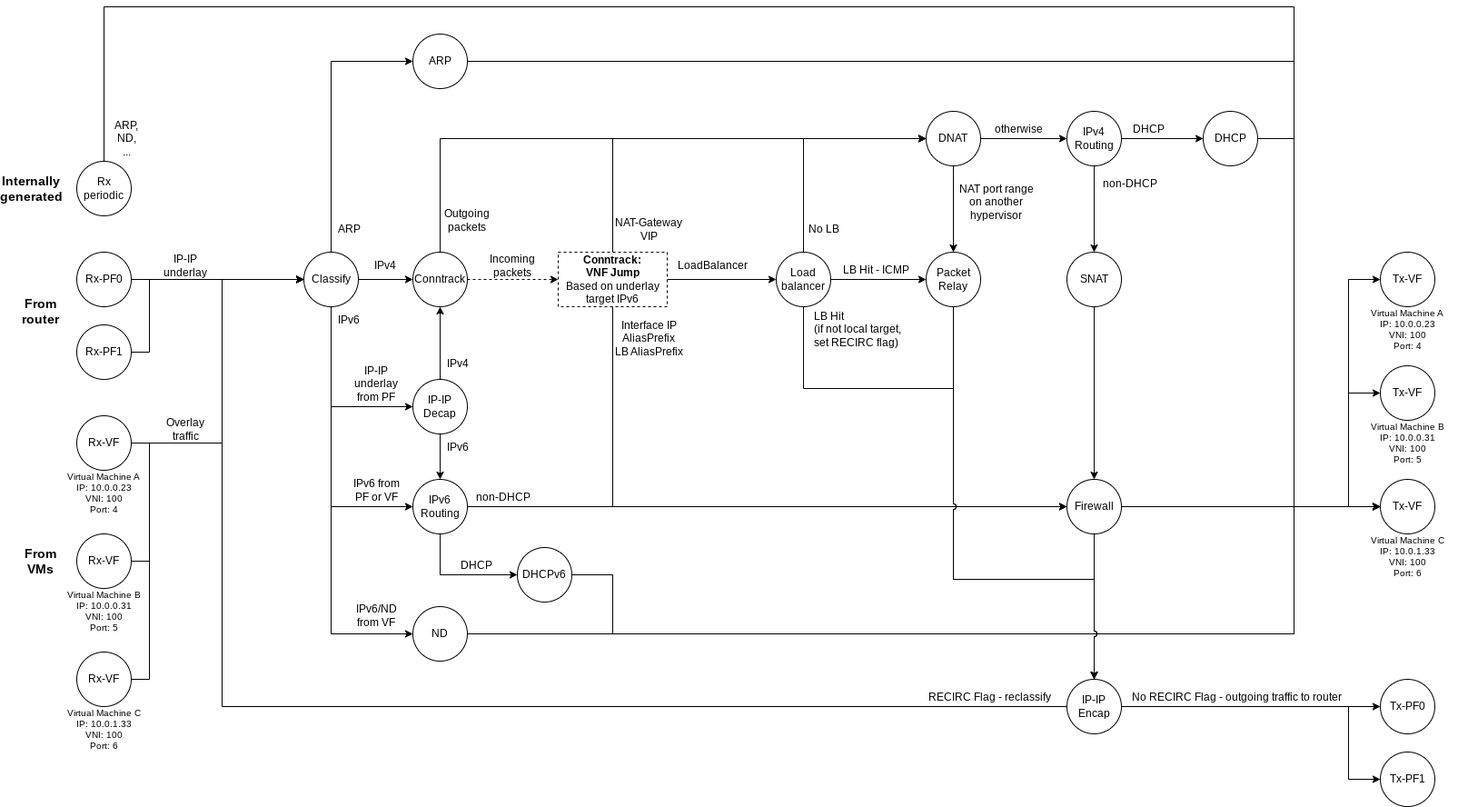
Before: docs/sys_design/dpservice_dataplane.drawio.png, a diagram exported from draw.io (ironcore-dev/dpservice). Source tidied: cells renumbered, new cells last; positions are measured from the earlier drawing's top-left corner, leaving out a move shared by most shapes.
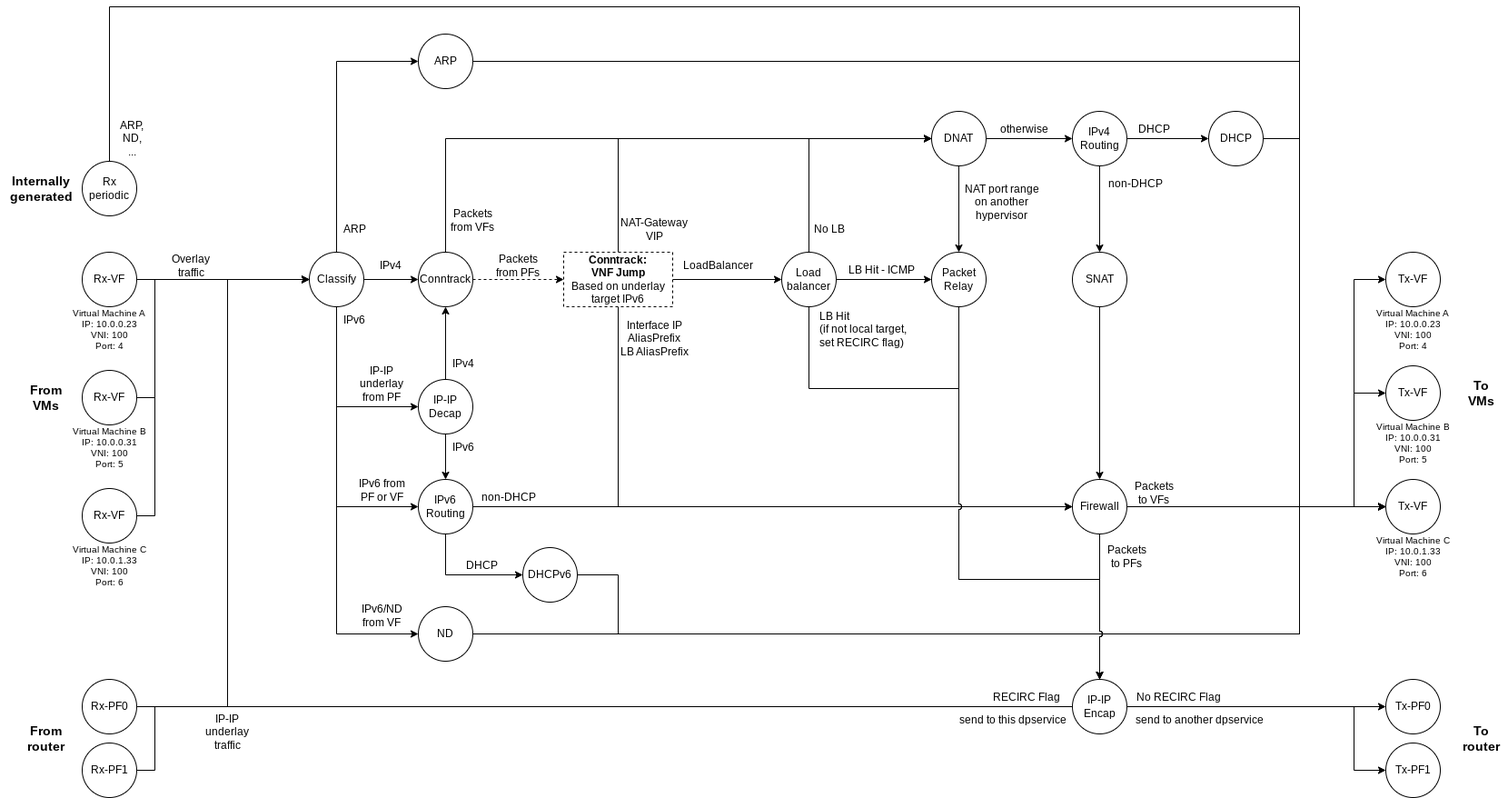
Above is the later version.

Commit message:
Updated dataplane schema after removing flow_type

Diff of the diagram source:
```diff
@@ -11,13 +11,15 @@
     <mxCell id="4" style="edgeStyle=orthogonalEdgeStyle;rounded=0;jettySize=auto;html=1;exitX=1;exitY=0.5;exitDx=0;exitDy=0;entryX=0;entryY=0.5;entryDx=0;entryDy=0;" parent="1" edge="1" source="5" target="20">
       <mxGeometry relative="1" as="geometry">
         <Array as="points">
-          <mxPoint x="160" y="380" />
-          <mxPoint x="160" y="300" />
+          <mxPoint x="160" y="840" />
+          <mxPoint x="160" y="770" />
+          <mxPoint x="240" y="770" />
+          <mxPoint x="240" y="300" />
         </Array>
       </mxGeometry>
     </mxCell>
     <mxCell id="5" value="Rx-PF1" style="ellipse;whiteSpace=wrap;html=1;" parent="1" vertex="1">
-      <mxGeometry x="80" y="350" width="60" height="60" as="geometry" />
+      <mxGeometry x="80" y="810" width="60" height="60" as="geometry" />
     </mxCell>
     <mxCell id="6" style="edgeStyle=orthogonalEdgeStyle;rounded=0;jettySize=auto;html=1;exitX=0.5;exitY=1;exitDx=0;exitDy=0;entryX=0.5;entryY=0;entryDx=0;entryDy=0;" parent="1" edge="1" source="96" target="50">
       <mxGeometry relative="1" as="geometry" />
@@ -80,32 +82,30 @@
     <mxCell id="24" style="edgeStyle=orthogonalEdgeStyle;rounded=0;jettySize=auto;html=1;exitX=1;exitY=0.5;exitDx=0;exitDy=0;entryX=0;entryY=0.5;entryDx=0;entryDy=0;" parent="1" edge="1" source="25" target="20">
       <mxGeometry relative="1" as="geometry">
         <Array as="points">
-          <mxPoint x="240" y="480" />
-          <mxPoint x="240" y="300" />
+          <mxPoint x="180" y="300" />
+          <mxPoint x="180" y="300" />
         </Array>
       </mxGeometry>
     </mxCell>
     <mxCell id="25" value="Rx-VF" style="ellipse;whiteSpace=wrap;html=1;" parent="1" vertex="1">
-      <mxGeometry x="80" y="450" width="60" height="60" as="geometry" />
+      <mxGeometry x="80" y="270" width="60" height="60" as="geometry" />
     </mxCell>
     <mxCell id="26" value="&lt;font style=&quot;font-size: 10px&quot;&gt;Virtual Machine A&lt;br&gt;IP: 10.0.0.23&lt;br&gt;VNI: 100&lt;br&gt;Port: 4&lt;br&gt;&lt;/font&gt;" style="text;html=1;strokeColor=none;fillColor=none;align=center;verticalAlign=middle;whiteSpace=wrap;rounded=0;fontSize=8;" parent="1" vertex="1">
-      <mxGeometry x="55" y="510" width="110" height="50" as="geometry" />
+      <mxGeometry x="55" y="330" width="110" height="50" as="geometry" />
     </mxCell>
     <mxCell id="27" style="edgeStyle=orthogonalEdgeStyle;rounded=0;jettySize=auto;html=1;entryX=0;entryY=0.5;entryDx=0;entryDy=0;exitX=1;exitY=0.5;exitDx=0;exitDy=0;" parent="1" edge="1" source="28" target="20">
       <mxGeometry relative="1" as="geometry">
         <Array as="points">
-          <mxPoint x="160" y="610" />
-          <mxPoint x="160" y="480" />
-          <mxPoint x="240" y="480" />
-          <mxPoint x="240" y="300" />
+          <mxPoint x="160" y="430" />
+          <mxPoint x="160" y="300" />
         </Array>
       </mxGeometry>
     </mxCell>
     <mxCell id="28" value="Rx-VF" style="ellipse;whiteSpace=wrap;html=1;" parent="1" vertex="1">
-      <mxGeometry x="80" y="580" width="60" height="60" as="geometry" />
+      <mxGeometry x="80" y="400" width="60" height="60" as="geometry" />
     </mxCell>
     <mxCell id="29" value="&lt;font style=&quot;font-size: 10px&quot;&gt;Virtual Machine B&lt;br&gt;IP: 10.0.0.31&lt;br&gt;VNI: 100&lt;br&gt;Port: 5&lt;br&gt;&lt;/font&gt;" style="text;html=1;strokeColor=none;fillColor=none;align=center;verticalAlign=middle;whiteSpace=wrap;rounded=0;fontSize=8;" parent="1" vertex="1">
-      <mxGeometry x="55" y="640" width="110" height="50" as="geometry" />
+      <mxGeometry x="55" y="460" width="110" height="50" as="geometry" />
     </mxCell>
     <mxCell id="30" value="&lt;font style=&quot;font-size: 10px&quot;&gt;Virtual Machine A&lt;br&gt;IP: 10.0.0.23&lt;br&gt;VNI: 100&lt;br&gt;Port: 4&lt;br&gt;&lt;/font&gt;" style="text;html=1;strokeColor=none;fillColor=none;align=center;verticalAlign=middle;whiteSpace=wrap;rounded=0;fontSize=8;" parent="1" vertex="1">
       <mxGeometry x="1490" y="330" width="110" height="50" as="geometry" />
@@ -119,18 +119,16 @@
     <mxCell id="33" style="edgeStyle=orthogonalEdgeStyle;rounded=0;jettySize=auto;html=1;fontSize=10;entryX=0;entryY=0.5;entryDx=0;entryDy=0;exitX=1;exitY=0.5;exitDx=0;exitDy=0;" parent="1" edge="1" source="34" target="20">
       <mxGeometry relative="1" as="geometry">
         <Array as="points">
-          <mxPoint x="160" y="740" />
-          <mxPoint x="160" y="480" />
-          <mxPoint x="240" y="480" />
-          <mxPoint x="240" y="300" />
+          <mxPoint x="160" y="560" />
+          <mxPoint x="160" y="300" />
         </Array>
       </mxGeometry>
     </mxCell>
     <mxCell id="34" value="Rx-VF" style="ellipse;whiteSpace=wrap;html=1;" parent="1" vertex="1">
-      <mxGeometry x="80" y="710" width="60" height="60" as="geometry" />
+      <mxGeometry x="80" y="530" width="60" height="60" as="geometry" />
     </mxCell>
     <mxCell id="35" value="&lt;font style=&quot;font-size: 10px&quot;&gt;Virtual Machine C&lt;br&gt;IP: 10.0.1.33&lt;br&gt;VNI: 100&lt;br&gt;Port: 6&lt;br&gt;&lt;/font&gt;" style="text;html=1;strokeColor=none;fillColor=none;align=center;verticalAlign=middle;whiteSpace=wrap;rounded=0;fontSize=8;" parent="1" vertex="1">
-      <mxGeometry x="55" y="770" width="110" height="50" as="geometry" />
+      <mxGeometry x="55" y="590" width="110" height="50" as="geometry" />
     </mxCell>
     <mxCell id="36" value="&lt;font style=&quot;font-size: 10px&quot;&gt;Virtual Machine C&lt;br&gt;IP: 10.0.1.33&lt;br&gt;VNI: 100&lt;br&gt;Port: 6&lt;br&gt;&lt;/font&gt;" style="text;html=1;strokeColor=none;fillColor=none;align=center;verticalAlign=middle;whiteSpace=wrap;rounded=0;fontSize=8;" parent="1" vertex="1">
       <mxGeometry x="1490" y="580" width="110" height="50" as="geometry" />
@@ -210,8 +208,8 @@
     <mxCell id="53" style="endArrow=classic;html=1;rounded=0;entryX=0;entryY=0.5;entryDx=0;entryDy=0;exitX=1;exitY=0.5;exitDx=0;exitDy=0;" parent="1" edge="1" source="12" target="43">
       <mxGeometry relative="1" as="geometry" />
     </mxCell>
-    <mxCell id="54" value="No RECIRC Flag - outgoing traffic to router" style="text;html=1;strokeColor=none;fillColor=none;align=center;verticalAlign=middle;whiteSpace=wrap;rounded=0;" parent="1" vertex="1">
-      <mxGeometry x="1230" y="745" width="255" height="30" as="geometry" />
+    <mxCell id="54" value="No RECIRC Flag" style="text;html=1;strokeColor=none;fillColor=none;align=center;verticalAlign=middle;whiteSpace=wrap;rounded=0;" parent="1" vertex="1">
+      <mxGeometry x="1235" y="745" width="105" height="30" as="geometry" />
     </mxCell>
     <mxCell id="55" style="edgeStyle=orthogonalEdgeStyle;rounded=0;jettySize=auto;html=1;exitX=1;exitY=0.5;exitDx=0;exitDy=0;entryX=0;entryY=0.5;entryDx=0;entryDy=0;" parent="1" edge="1" source="57" target="49">
       <mxGeometry relative="1" as="geometry" />
@@ -227,11 +225,16 @@
     <mxCell id="57" value="IP-IP&lt;br&gt;Encap" style="ellipse;whiteSpace=wrap;html=1;" parent="1" vertex="1">
       <mxGeometry x="1170" y="740" width="60" height="60" as="geometry" />
     </mxCell>
-    <mxCell id="58" style="edgeStyle=orthogonalEdgeStyle;rounded=0;jettySize=auto;html=1;entryX=0;entryY=0.5;entryDx=0;entryDy=0;" parent="1" edge="1" source="59" target="20">
-      <mxGeometry relative="1" as="geometry" />
+    <mxCell id="58" style="edgeStyle=orthogonalEdgeStyle;rounded=0;jettySize=auto;html=1;entryX=0;entryY=0.5;entryDx=0;entryDy=0;exitX=1;exitY=0.5;exitDx=0;exitDy=0;" parent="1" edge="1" source="59" target="20">
+      <mxGeometry relative="1" as="geometry">
+        <Array as="points">
+          <mxPoint x="240" y="770" />
+          <mxPoint x="240" y="300" />
+        </Array>
+      </mxGeometry>
     </mxCell>
     <mxCell id="59" value="Rx-PF0" style="ellipse;whiteSpace=wrap;html=1;" parent="1" vertex="1">
-      <mxGeometry x="80" y="270" width="60" height="60" as="geometry" />
+      <mxGeometry x="80" y="740" width="60" height="60" as="geometry" />
     </mxCell>
     <mxCell id="60" style="edgeStyle=orthogonalEdgeStyle;rounded=0;jettySize=auto;html=1;exitX=0.5;exitY=0;exitDx=0;exitDy=0;entryX=0;entryY=0.5;entryDx=0;entryDy=0;" parent="1" edge="1" source="61" target="51">
       <mxGeometry relative="1" as="geometry">
@@ -245,11 +248,11 @@
     <mxCell id="61" value="Rx&lt;br&gt;periodic" style="ellipse;whiteSpace=wrap;html=1;" parent="1" vertex="1">
       <mxGeometry x="80" y="170" width="60" height="60" as="geometry" />
     </mxCell>
-    <mxCell id="62" value="IP-IP&lt;br&gt;underlay" style="text;html=1;strokeColor=none;fillColor=none;align=center;verticalAlign=middle;whiteSpace=wrap;rounded=0;" parent="1" vertex="1">
-      <mxGeometry x="170" y="270" width="60" height="30" as="geometry" />
+    <mxCell id="62" value="IP-IP&lt;br&gt;underlay&lt;br&gt;traffic" style="text;html=1;strokeColor=none;fillColor=none;align=center;verticalAlign=middle;whiteSpace=wrap;rounded=0;" parent="1" vertex="1">
+      <mxGeometry x="210" y="775" width="60" height="45" as="geometry" />
     </mxCell>
     <mxCell id="63" value="Overlay traffic" style="text;html=1;strokeColor=none;fillColor=none;align=center;verticalAlign=middle;whiteSpace=wrap;rounded=0;" parent="1" vertex="1">
-      <mxGeometry x="170" y="450" width="60" height="30" as="geometry" />
+      <mxGeometry x="170" y="270" width="60" height="30" as="geometry" />
     </mxCell>
     <mxCell id="64" value="ARP" style="text;html=1;strokeColor=none;fillColor=none;align=center;verticalAlign=middle;whiteSpace=wrap;rounded=0;" parent="1" vertex="1">
       <mxGeometry x="350" y="230" width="60" height="30" as="geometry" />
@@ -309,7 +312,7 @@
     <mxCell id="80" value="DHCP" style="text;html=1;strokeColor=none;fillColor=none;align=center;verticalAlign=middle;whiteSpace=wrap;rounded=0;" parent="1" vertex="1">
       <mxGeometry x="490" y="600" width="60" height="30" as="geometry" />
     </mxCell>
-    <mxCell id="81" value="Outgoing packets" style="text;html=1;strokeColor=none;fillColor=none;align=center;verticalAlign=middle;whiteSpace=wrap;rounded=0;" parent="1" vertex="1">
+    <mxCell id="81" value="Packets&lt;br&gt;from VFs" style="text;html=1;strokeColor=none;fillColor=none;align=center;verticalAlign=middle;whiteSpace=wrap;rounded=0;" parent="1" vertex="1">
       <mxGeometry x="480" y="220" width="60" height="30" as="geometry" />
     </mxCell>
     <mxCell id="82" style="edgeStyle=orthogonalEdgeStyle;rounded=0;jettySize=auto;html=1;exitX=0.5;exitY=0;exitDx=0;exitDy=0;entryX=0;entryY=0.5;entryDx=0;entryDy=0;" parent="1" edge="1" source="84" target="96">
@@ -321,7 +324,7 @@
     <mxCell id="84" value="&lt;b&gt;Conntrack:&lt;br&gt;VNF Jump&lt;/b&gt;&lt;br&gt;Based on underlay target IPv6" style="rounded=0;whiteSpace=wrap;html=1;dashed=1;" parent="1" vertex="1">
       <mxGeometry x="610" y="270" width="120" height="60" as="geometry" />
     </mxCell>
-    <mxCell id="85" value="Incoming&lt;br&gt;packets" style="text;html=1;strokeColor=none;fillColor=none;align=center;verticalAlign=middle;whiteSpace=wrap;rounded=0;" parent="1" vertex="1">
+    <mxCell id="85" value="Packets&lt;br&gt;from PFs" style="text;html=1;strokeColor=none;fillColor=none;align=center;verticalAlign=middle;whiteSpace=wrap;rounded=0;" parent="1" vertex="1">
       <mxGeometry x="530" y="270" width="60" height="30" as="geometry" />
     </mxCell>
     <mxCell id="86" value="NAT-Gateway&lt;br&gt;VIP" style="text;html=1;strokeColor=none;fillColor=none;align=center;verticalAlign=middle;whiteSpace=wrap;rounded=0;" parent="1" vertex="1">
@@ -333,17 +336,17 @@
     <mxCell id="88" value="LoadBalancer" style="text;html=1;strokeColor=none;fillColor=none;align=center;verticalAlign=middle;whiteSpace=wrap;rounded=0;" parent="1" vertex="1">
       <mxGeometry x="740" y="270" width="80" height="30" as="geometry" />
     </mxCell>
-    <mxCell id="89" value="RECIRC Flag - reclassify" style="text;html=1;strokeColor=none;fillColor=none;align=center;verticalAlign=middle;whiteSpace=wrap;rounded=0;" parent="1" vertex="1">
-      <mxGeometry x="1000" y="745" width="170" height="30" as="geometry" />
+    <mxCell id="89" value="RECIRC Flag" style="text;html=1;strokeColor=none;fillColor=none;align=center;verticalAlign=middle;whiteSpace=wrap;rounded=0;" parent="1" vertex="1">
+      <mxGeometry x="1070" y="745" width="100" height="30" as="geometry" />
     </mxCell>
     <mxCell id="90" value="Tx-PF1" style="ellipse;whiteSpace=wrap;html=1;" parent="1" vertex="1">
-      <mxGeometry x="1515" y="820" width="60" height="60" as="geometry" />
+      <mxGeometry x="1515" y="810" width="60" height="60" as="geometry" />
     </mxCell>
     <mxCell id="91" style="endArrow=classic;html=1;rounded=0;entryX=0;entryY=0.5;entryDx=0;entryDy=0;" parent="1" edge="1" target="90">
       <mxGeometry relative="1" as="geometry">
         <mxPoint x="1480" y="770" as="sourcePoint" />
         <Array as="points">
-          <mxPoint x="1480" y="850" />
+          <mxPoint x="1480" y="840" />
         </Array>
       </mxGeometry>
     </mxCell>
@@ -411,13 +414,31 @@
       <mxGeometry x="105" y="130" width="60" height="30" as="geometry" />
     </mxCell>
     <mxCell id="104" value="Internally&lt;br style=&quot;font-size: 14px;&quot;&gt;generated" style="text;html=1;strokeColor=none;fillColor=none;align=center;verticalAlign=middle;whiteSpace=wrap;rounded=0;fontStyle=1;fontSize=14;" parent="1" vertex="1">
-      <mxGeometry y="185" width="60" height="30" as="geometry" />
+      <mxGeometry x="-10" y="185" width="90" height="30" as="geometry" />
     </mxCell>
     <mxCell id="105" value="From router" style="text;html=1;strokeColor=none;fillColor=none;align=center;verticalAlign=middle;whiteSpace=wrap;rounded=0;fontStyle=1;fontSize=14;" parent="1" vertex="1">
-      <mxGeometry x="10" y="320" width="60" height="30" as="geometry" />
+      <mxGeometry x="10" y="790" width="60" height="30" as="geometry" />
     </mxCell>
     <mxCell id="106" value="From&lt;br style=&quot;font-size: 14px;&quot;&gt;VMs" style="text;html=1;strokeColor=none;fillColor=none;align=center;verticalAlign=middle;whiteSpace=wrap;rounded=0;fontStyle=1;fontSize=14;" parent="1" vertex="1">
-      <mxGeometry x="10" y="595" width="60" height="30" as="geometry" />
+      <mxGeometry x="10" y="415" width="60" height="30" as="geometry" />
     </mxCell>
+    <mxCell id="107" value="Packets&lt;br&gt;to PFs" style="text;html=1;strokeColor=none;fillColor=none;align=center;verticalAlign=middle;whiteSpace=wrap;rounded=0;" parent="1" vertex="1">
+      <mxGeometry x="1200" y="590" width="60" height="30" as="geometry" />
+    </mxCell>
+    <mxCell id="108" value="Packets&lt;br&gt;to VFs" style="text;html=1;strokeColor=none;fillColor=none;align=center;verticalAlign=middle;whiteSpace=wrap;rounded=0;" parent="1" vertex="1">
+      <mxGeometry x="1230" y="520" width="60" height="30" as="geometry" />
+    </mxCell>
+    <mxCell id="109" value="To router" style="text;html=1;strokeColor=none;fillColor=none;align=center;verticalAlign=middle;whiteSpace=wrap;rounded=0;fontStyle=1;fontSize=14;" parent="1" vertex="1">
+      <mxGeometry x="1590" y="790" width="60" height="30" as="geometry" />
+    </mxCell>
+    <mxCell id="110" value="To&lt;br&gt;VMs" style="text;html=1;strokeColor=none;fillColor=none;align=center;verticalAlign=middle;whiteSpace=wrap;rounded=0;fontStyle=1;fontSize=14;" parent="1" vertex="1">
+      <mxGeometry x="1590" y="410" width="60" height="30" as="geometry" />
+    </mxCell>
+    <mxCell id="111" value="send to this dpservice" style="text;html=1;strokeColor=none;fillColor=none;align=center;verticalAlign=middle;whiteSpace=wrap;rounded=0;" parent="1" vertex="1">
+      <mxGeometry x="1040" y="770" width="130" height="30" as="geometry" />
+    </mxCell>
+    <mxCell id="112" value="send to another dpservice" style="text;html=1;strokeColor=none;fillColor=none;align=center;verticalAlign=middle;whiteSpace=wrap;rounded=0;" parent="1" vertex="1">
+      <mxGeometry x="1230" y="770" width="160" height="30" as="geometry" />
+    </mxCell>
   </root>
 </mxGraphModel>
```
